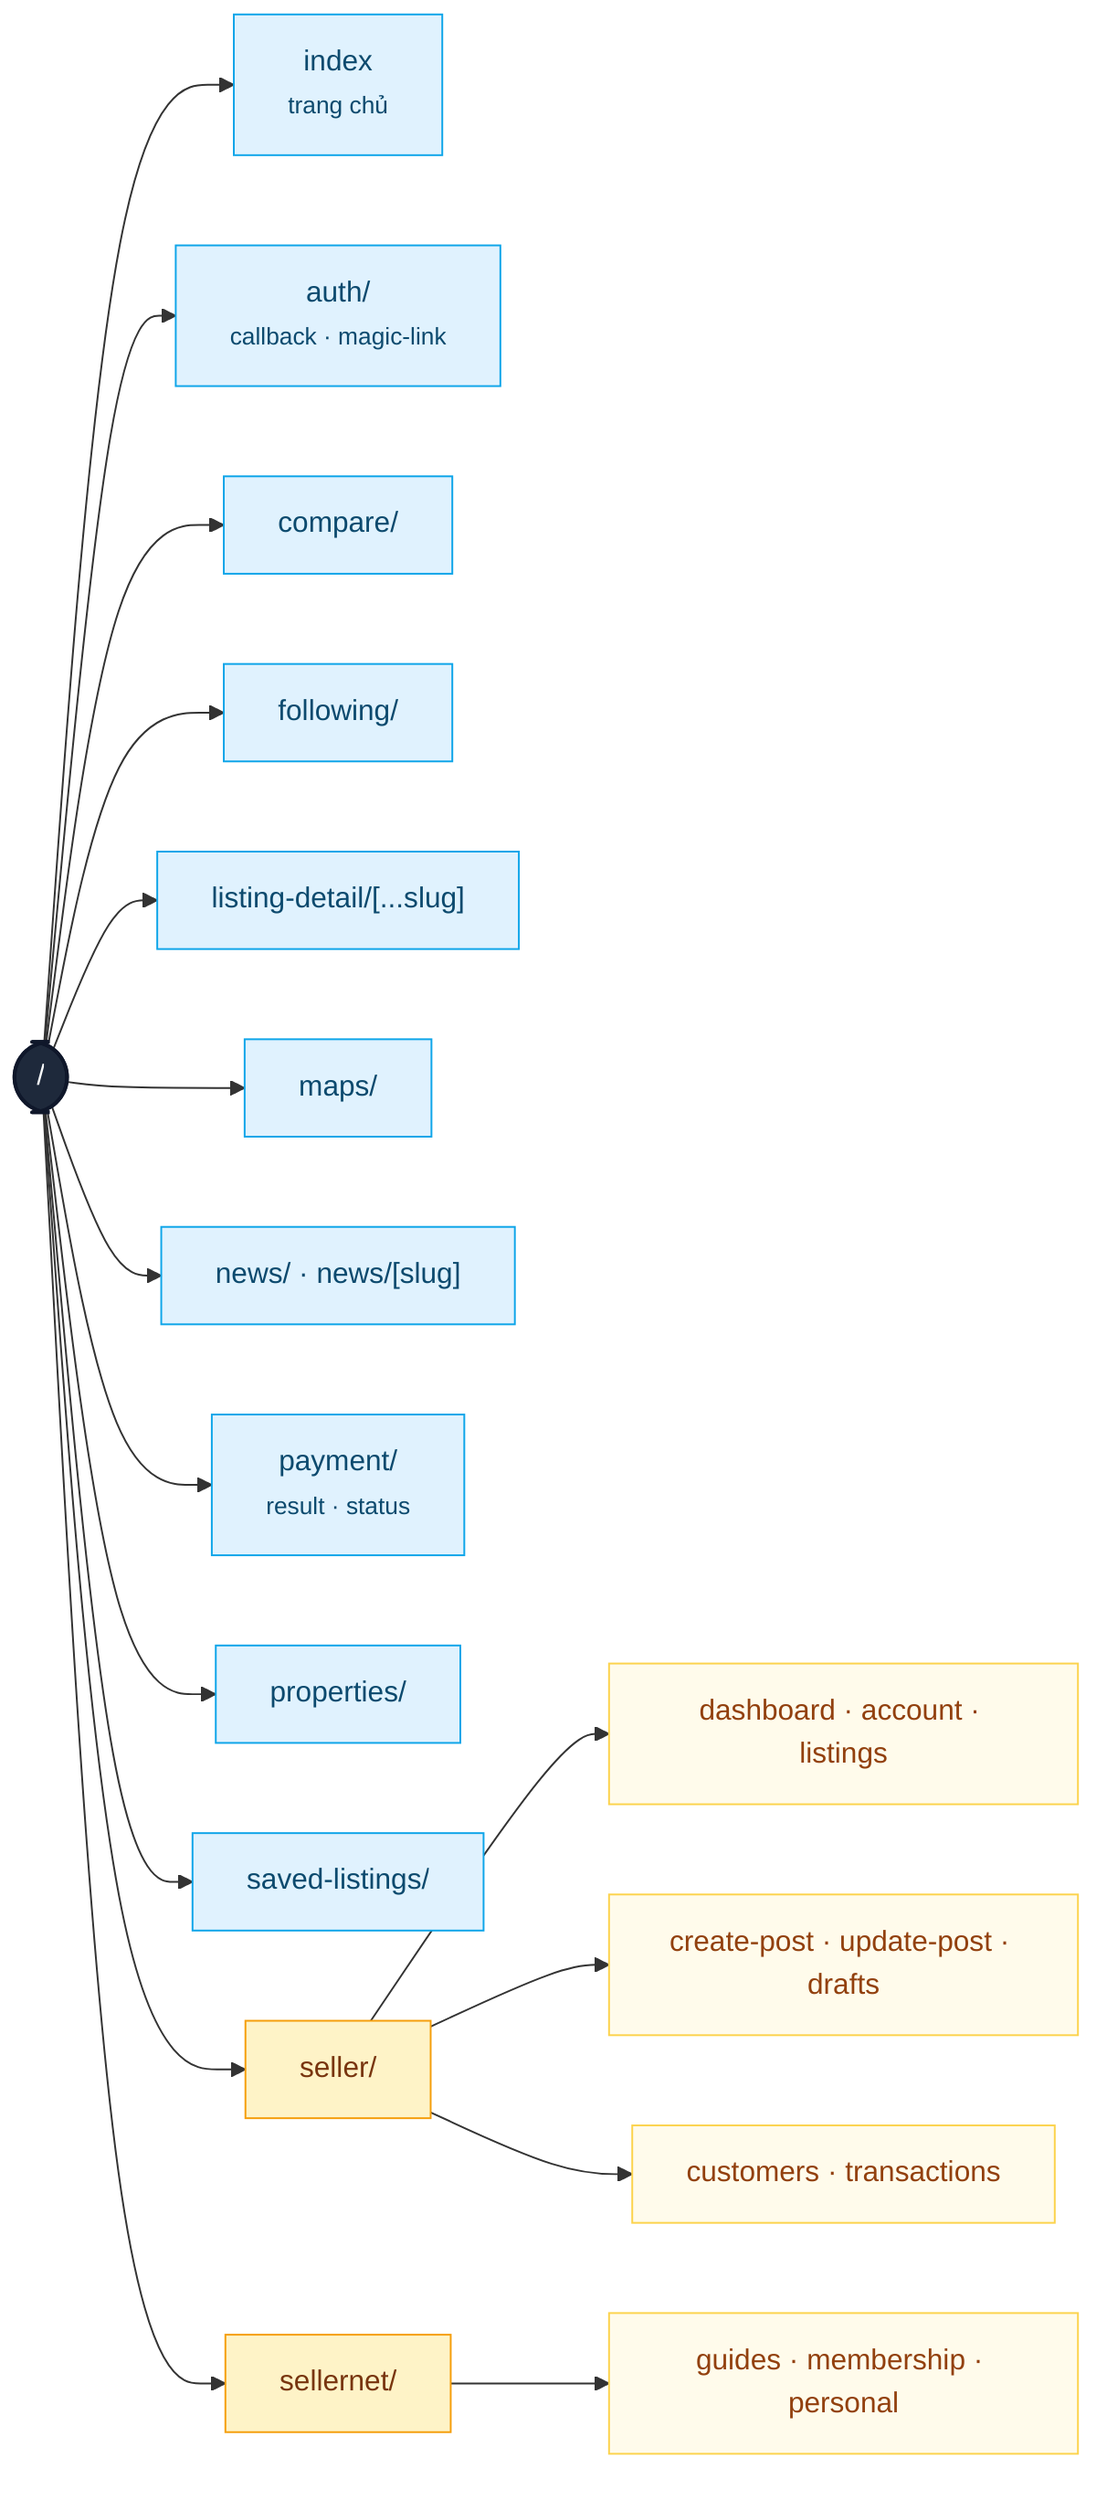
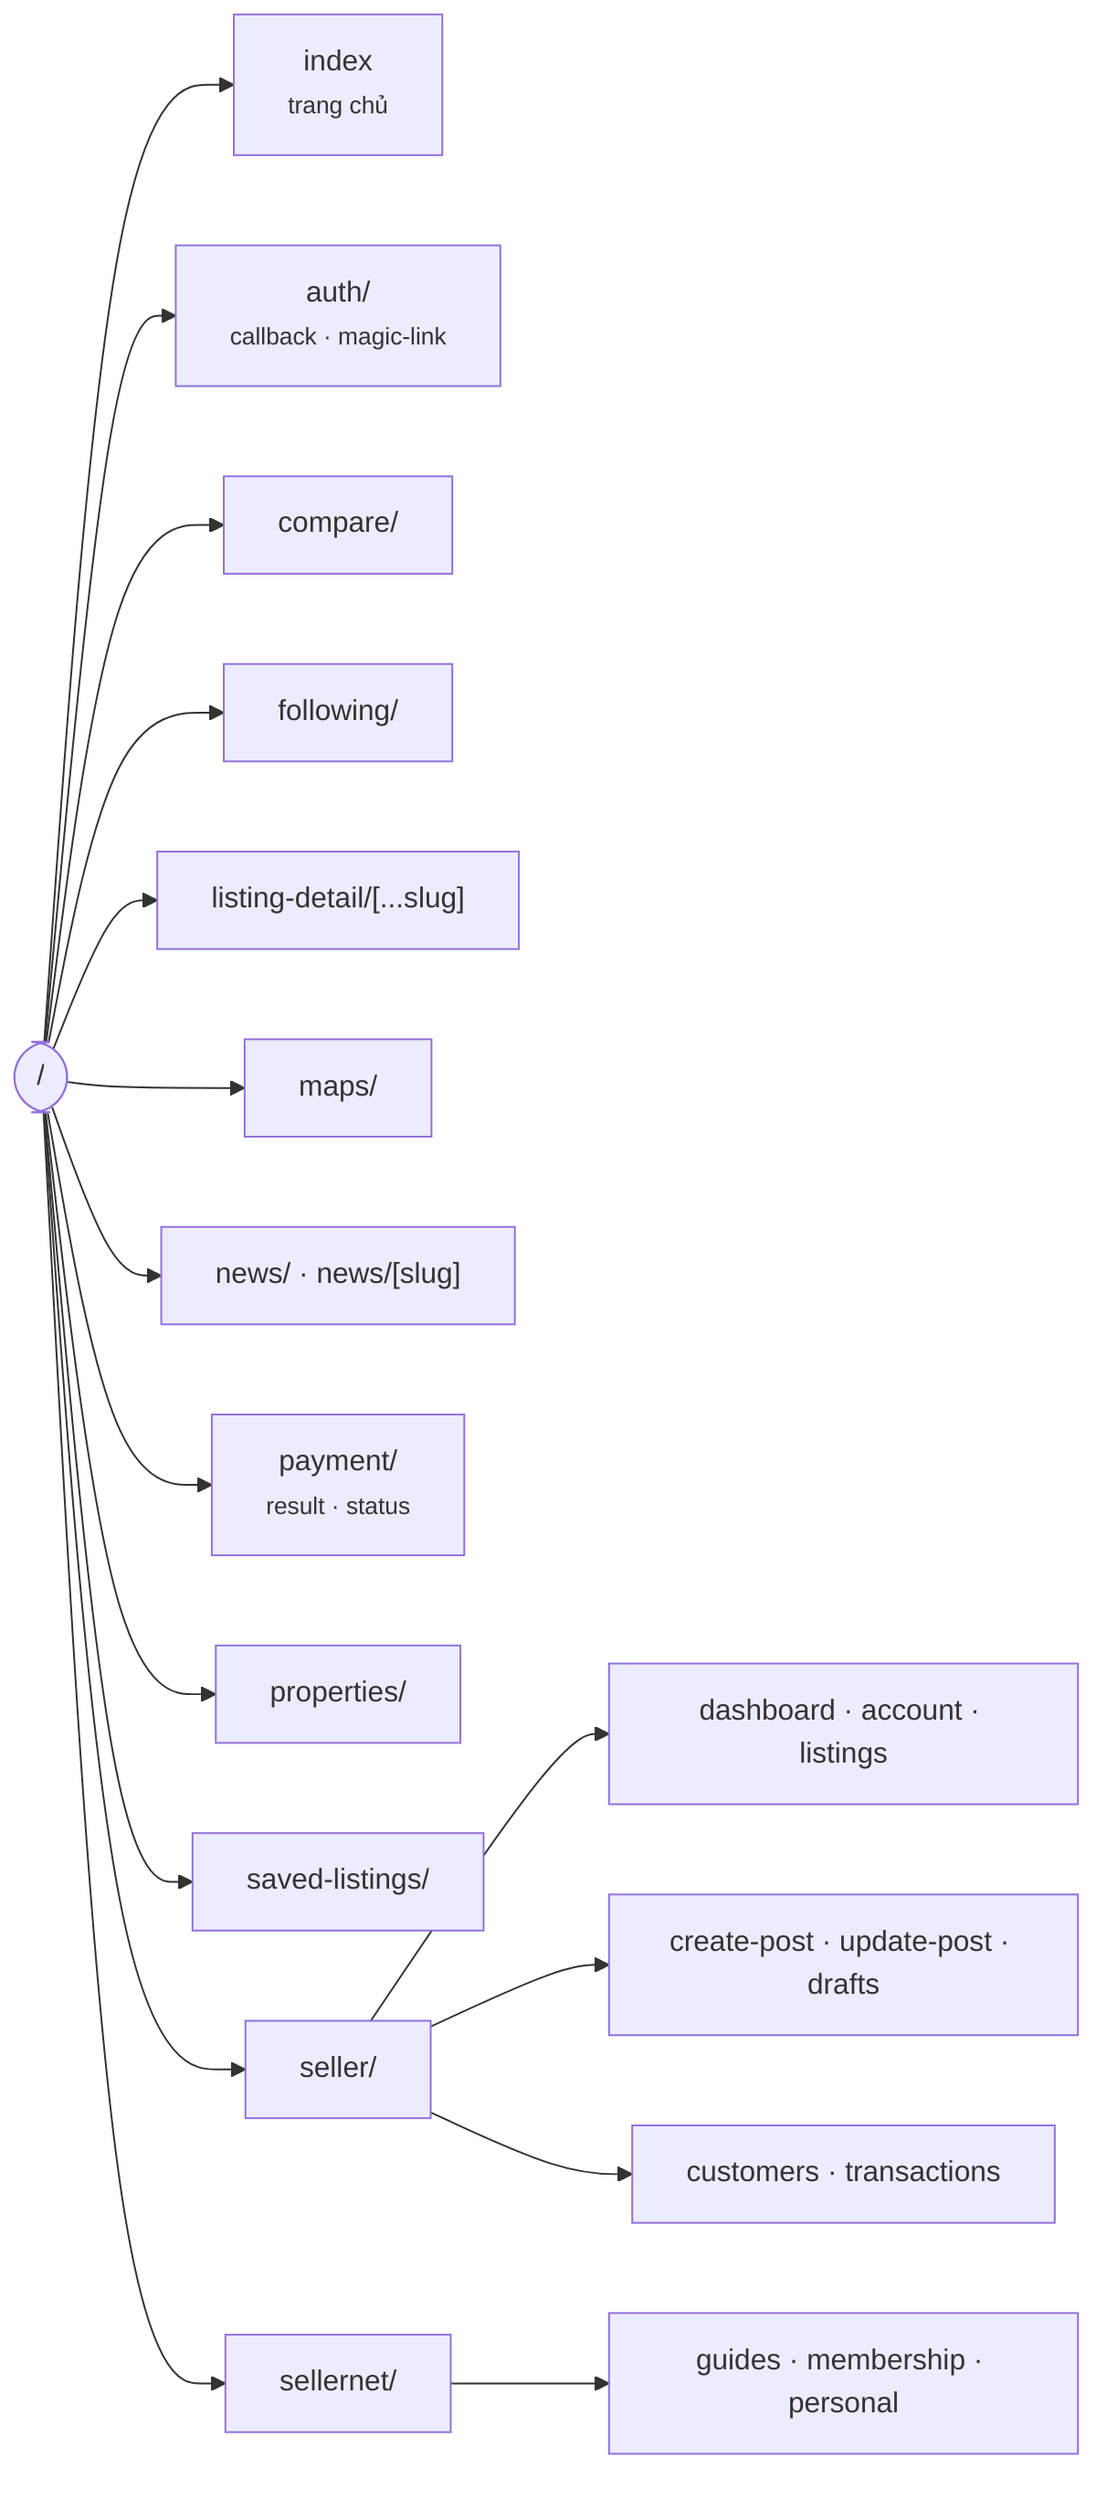
flowchart LR
 root(["/"])
 root --> home["index<br/><small>trang chủ</small>"]
 root --> auth["auth/<br/><small>callback · magic-link</small>"]
 root --> compare["compare/"]
 root --> following["following/"]
 root --> detail["listing-detail/[...slug]"]
 root --> maps["maps/"]
 root --> news["news/ · news/[slug]"]
 root --> payment["payment/<br/><small>result · status</small>"]
 root --> props["properties/"]
 root --> saved["saved-listings/"]
 root --> seller["seller/"]
 seller --> s1["dashboard · account · listings"]
 seller --> s2["create-post · update-post · drafts"]
 seller --> s3["customers · transactions"]
 root --> snet["sellernet/"]
 snet --> n1["guides · membership · personal"]
- 
-  classDef root fill:#1e293b,stroke:#0f172a,color:#f8fafc,stroke-width:2px
-  classDef pub fill:#e0f2fe,stroke:#0ea5e9,color:#0c4a6e
-  classDef sell fill:#fef3c7,stroke:#f59e0b,color:#78350f
-  classDef sub fill:#fffbeb,stroke:#fcd34d,color:#92400e
-  class root root
-  class home,auth,compare,following,detail,maps,news,payment,props,saved pub
-  class seller,snet sell
-  class s1,s2,s3,n1 sub
